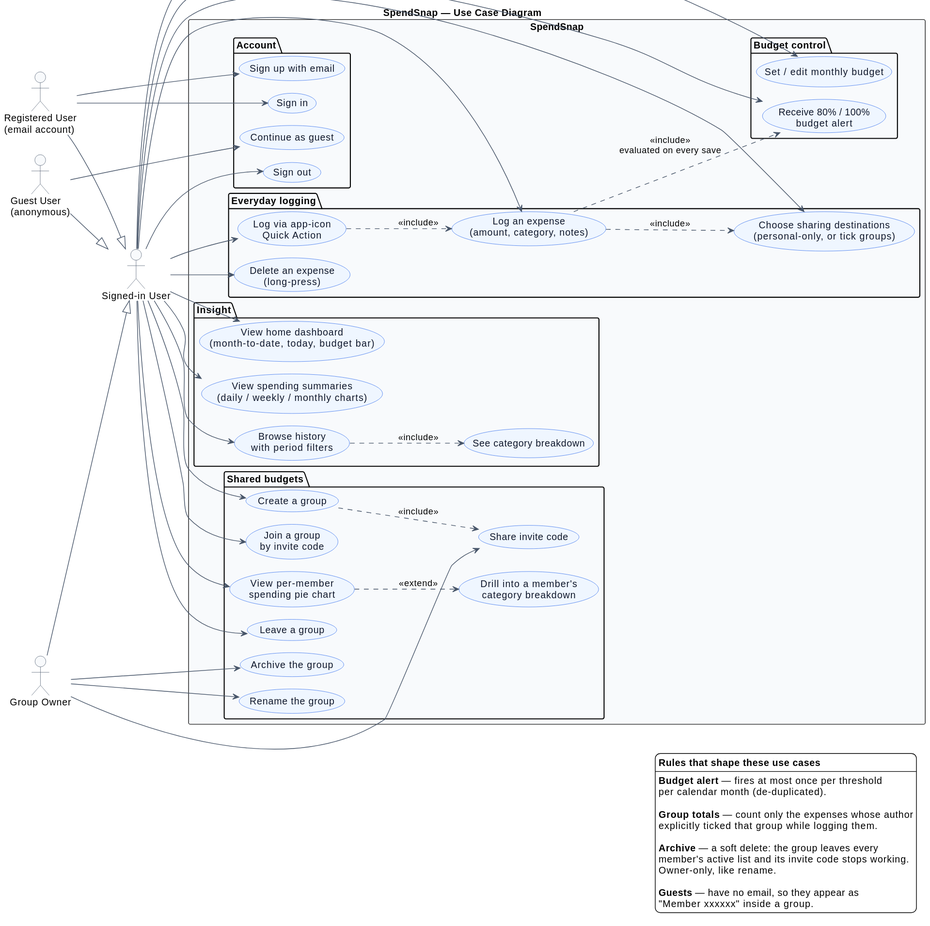
GeraldFSE/SpendSnap keeps this PlantUML diagram as docs/diagrams/svg/07-use-case.svg. Above is the earlier version.
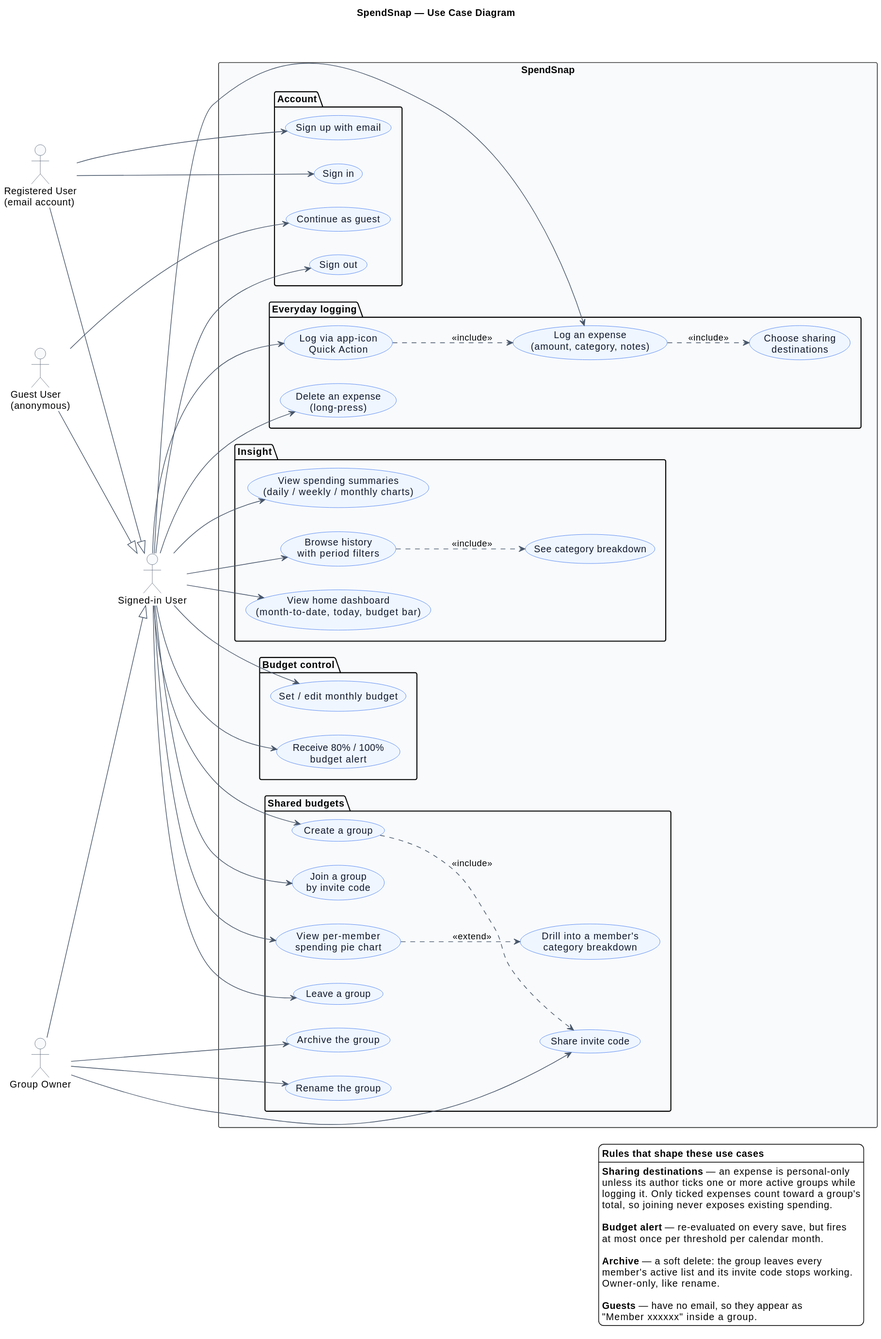
The same diagram one commit later.

Change to the diagram source:
```diff
@@ -1,5 +1,4 @@
 @startuml
-!pragma layout smetana
 
 title SpendSnap — Use Case Diagram\n
 
@@ -37,7 +36,7 @@
 
   package "Everyday logging" {
     usecase "Log an expense\n(amount, category, notes)" as UC5
-    usecase "Choose sharing destinations\n(personal-only, or tick groups)" as UC20
+    usecase "Choose sharing\ndestinations" as UC20
     usecase "Log via app-icon\nQuick Action" as UC6
     usecase "Delete an expense\n(long-press)" as UC7
   }
@@ -79,7 +78,6 @@
 U --> UC15
 U --> UC16
 U --> UC18
-U --> UC20
 
 R --> UC1
 R --> UC2
@@ -90,7 +88,6 @@
 
 UC6 ..> UC5 : <<include>>
 UC5 ..> UC20 : <<include>>
-UC5 ..> UC13 : <<include>>\nevaluated on every save
 UC10 ..> UC11 : <<include>>
 UC14 ..> UC19 : <<include>>
 UC16 ..> UC17 : <<extend>>
@@ -98,11 +95,13 @@
 legend right
   **Rules that shape these use cases**
   ----
-  **Budget alert** — fires at most once per threshold
-  per calendar month (de-duplicated).
+  **Sharing destinations** — an expense is personal-only
+  unless its author ticks one or more active groups while
+  logging it. Only ticked expenses count toward a group's
+  total, so joining never exposes existing spending.
 
-  **Group totals** — count only the expenses whose author
-  explicitly ticked that group while logging them.
+  **Budget alert** — re-evaluated on every save, but fires
+  at most once per threshold per calendar month.
 
   **Archive** — a soft delete: the group leaves every
   member's active list and its invite code stops working.
```
